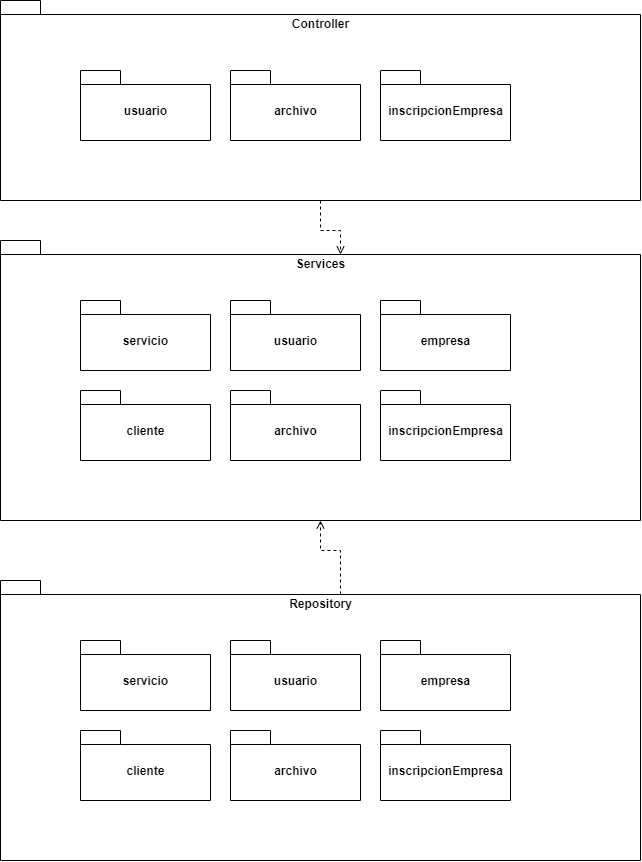
Above: Documentos/RTF1/diagrama_de_paquetes.png in grupoudea/ProyectosArquitecturaDeSoftware (draw.io), before the change. Source tidied: cells renumbered, new cells last; positions are measured from the earlier drawing's top-left corner, leaving out a move shared by most shapes. The source it was exported from:
```xml
<mxGraphModel>
  <root>
    <mxCell id="0" />
    <mxCell id="1" parent="0" />
    <mxCell id="2" style="edgeStyle=orthogonalEdgeStyle;rounded=0;jettySize=auto;html=1;exitX=0;exitY=0;exitDx=340;exitDy=14;exitPerimeter=0;entryX=0.5;entryY=1;entryDx=0;entryDy=0;entryPerimeter=0;dashed=1;endArrow=open;endFill=0;" parent="1" edge="1" source="3" target="4">
      <mxGeometry relative="1" as="geometry" />
    </mxCell>
    <mxCell id="3" value="Repository" style="shape=folder;fontStyle=1;spacingTop=10;tabWidth=40;tabHeight=14;tabPosition=left;html=1;verticalAlign=top;" parent="1" vertex="1">
      <mxGeometry y="580" width="640" height="280" as="geometry" />
    </mxCell>
    <mxCell id="4" value="Services" style="shape=folder;fontStyle=1;spacingTop=10;tabWidth=40;tabHeight=14;tabPosition=left;html=1;verticalAlign=top;" parent="1" vertex="1">
      <mxGeometry y="240" width="640" height="280" as="geometry" />
    </mxCell>
    <mxCell id="5" value="Controller" style="shape=folder;fontStyle=1;spacingTop=10;tabWidth=40;tabHeight=14;tabPosition=left;html=1;verticalAlign=top;" parent="1" vertex="1">
      <mxGeometry width="640" height="200" as="geometry" />
    </mxCell>
    <mxCell id="6" value="usuario" style="shape=folder;fontStyle=1;spacingTop=10;tabWidth=40;tabHeight=14;tabPosition=left;html=1;" parent="1" vertex="1">
      <mxGeometry x="80" y="70" width="130" height="70" as="geometry" />
    </mxCell>
    <mxCell id="7" value="archivo" style="shape=folder;fontStyle=1;spacingTop=10;tabWidth=40;tabHeight=14;tabPosition=left;html=1;" parent="1" vertex="1">
      <mxGeometry x="230" y="70" width="130" height="70" as="geometry" />
    </mxCell>
    <mxCell id="8" value="inscripcionEmpresa" style="shape=folder;fontStyle=1;spacingTop=10;tabWidth=40;tabHeight=14;tabPosition=left;html=1;" parent="1" vertex="1">
      <mxGeometry x="380" y="70" width="130" height="70" as="geometry" />
    </mxCell>
    <mxCell id="9" value="servicio" style="shape=folder;fontStyle=1;spacingTop=10;tabWidth=40;tabHeight=14;tabPosition=left;html=1;" parent="1" vertex="1">
      <mxGeometry x="80" y="300" width="130" height="70" as="geometry" />
    </mxCell>
    <mxCell id="10" value="usuario" style="shape=folder;fontStyle=1;spacingTop=10;tabWidth=40;tabHeight=14;tabPosition=left;html=1;" parent="1" vertex="1">
      <mxGeometry x="230" y="300" width="130" height="70" as="geometry" />
    </mxCell>
    <mxCell id="11" value="empresa" style="shape=folder;fontStyle=1;spacingTop=10;tabWidth=40;tabHeight=14;tabPosition=left;html=1;" parent="1" vertex="1">
      <mxGeometry x="380" y="300" width="130" height="70" as="geometry" />
    </mxCell>
    <mxCell id="12" value="cliente" style="shape=folder;fontStyle=1;spacingTop=10;tabWidth=40;tabHeight=14;tabPosition=left;html=1;" parent="1" vertex="1">
      <mxGeometry x="80" y="390" width="130" height="70" as="geometry" />
    </mxCell>
    <mxCell id="13" value="archivo" style="shape=folder;fontStyle=1;spacingTop=10;tabWidth=40;tabHeight=14;tabPosition=left;html=1;" parent="1" vertex="1">
      <mxGeometry x="230" y="390" width="130" height="70" as="geometry" />
    </mxCell>
    <mxCell id="14" value="inscripcionEmpresa" style="shape=folder;fontStyle=1;spacingTop=10;tabWidth=40;tabHeight=14;tabPosition=left;html=1;" parent="1" vertex="1">
      <mxGeometry x="380" y="390" width="130" height="70" as="geometry" />
    </mxCell>
    <mxCell id="15" value="servicio" style="shape=folder;fontStyle=1;spacingTop=10;tabWidth=40;tabHeight=14;tabPosition=left;html=1;" parent="1" vertex="1">
      <mxGeometry x="80" y="640" width="130" height="70" as="geometry" />
    </mxCell>
    <mxCell id="16" value="usuario" style="shape=folder;fontStyle=1;spacingTop=10;tabWidth=40;tabHeight=14;tabPosition=left;html=1;" parent="1" vertex="1">
      <mxGeometry x="230" y="640" width="130" height="70" as="geometry" />
    </mxCell>
    <mxCell id="17" value="empresa" style="shape=folder;fontStyle=1;spacingTop=10;tabWidth=40;tabHeight=14;tabPosition=left;html=1;" parent="1" vertex="1">
      <mxGeometry x="380" y="640" width="130" height="70" as="geometry" />
    </mxCell>
    <mxCell id="18" value="cliente" style="shape=folder;fontStyle=1;spacingTop=10;tabWidth=40;tabHeight=14;tabPosition=left;html=1;" parent="1" vertex="1">
      <mxGeometry x="80" y="730" width="130" height="70" as="geometry" />
    </mxCell>
    <mxCell id="19" value="archivo" style="shape=folder;fontStyle=1;spacingTop=10;tabWidth=40;tabHeight=14;tabPosition=left;html=1;" parent="1" vertex="1">
      <mxGeometry x="230" y="730" width="130" height="70" as="geometry" />
    </mxCell>
    <mxCell id="20" value="inscripcionEmpresa" style="shape=folder;fontStyle=1;spacingTop=10;tabWidth=40;tabHeight=14;tabPosition=left;html=1;" parent="1" vertex="1">
      <mxGeometry x="380" y="730" width="130" height="70" as="geometry" />
    </mxCell>
    <mxCell id="21" style="edgeStyle=orthogonalEdgeStyle;rounded=0;jettySize=auto;html=1;exitX=0.5;exitY=1;exitDx=0;exitDy=0;exitPerimeter=0;endArrow=open;endFill=0;dashed=1;entryX=0;entryY=0;entryDx=340;entryDy=14;entryPerimeter=0;" parent="1" edge="1" source="5" target="4">
      <mxGeometry relative="1" as="geometry">
        <Array as="points">
          <mxPoint x="320" y="230" />
          <mxPoint x="340" y="230" />
        </Array>
      </mxGeometry>
    </mxCell>
  </root>
</mxGraphModel>
```
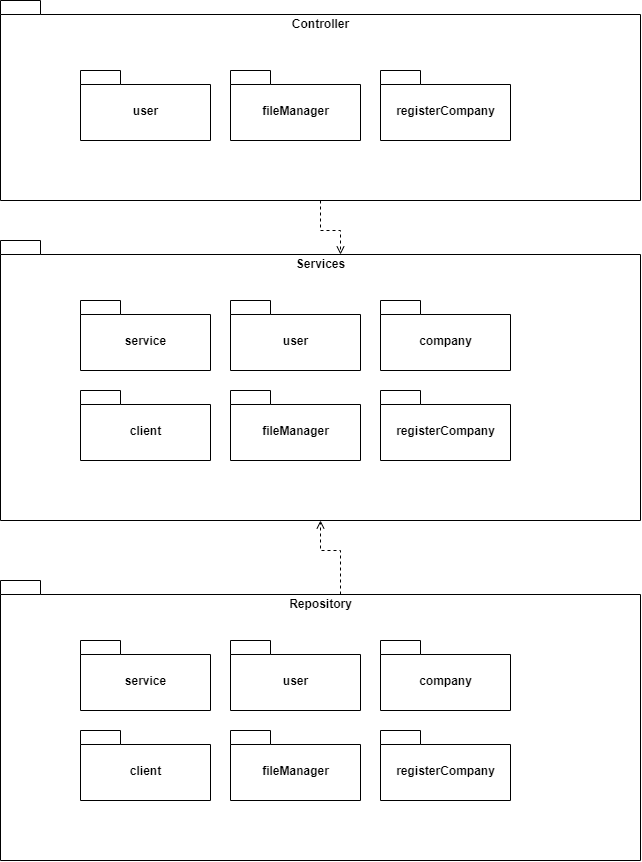
After the commit.

Commit message:
Se agrega diagrama de paquetes, componentes y una ayuda ilustrativa estra: diagrama de alto nivel

Change to the diagram source:
```diff
@@ -14,49 +14,49 @@
     <mxCell id="5" value="Controller" style="shape=folder;fontStyle=1;spacingTop=10;tabWidth=40;tabHeight=14;tabPosition=left;html=1;verticalAlign=top;" parent="1" vertex="1">
       <mxGeometry width="640" height="200" as="geometry" />
     </mxCell>
-    <mxCell id="6" value="usuario" style="shape=folder;fontStyle=1;spacingTop=10;tabWidth=40;tabHeight=14;tabPosition=left;html=1;" parent="1" vertex="1">
+    <mxCell id="6" value="user" style="shape=folder;fontStyle=1;spacingTop=10;tabWidth=40;tabHeight=14;tabPosition=left;html=1;" parent="1" vertex="1">
       <mxGeometry x="80" y="70" width="130" height="70" as="geometry" />
     </mxCell>
-    <mxCell id="7" value="archivo" style="shape=folder;fontStyle=1;spacingTop=10;tabWidth=40;tabHeight=14;tabPosition=left;html=1;" parent="1" vertex="1">
+    <mxCell id="7" value="fileManager" style="shape=folder;fontStyle=1;spacingTop=10;tabWidth=40;tabHeight=14;tabPosition=left;html=1;" parent="1" vertex="1">
       <mxGeometry x="230" y="70" width="130" height="70" as="geometry" />
     </mxCell>
-    <mxCell id="8" value="inscripcionEmpresa" style="shape=folder;fontStyle=1;spacingTop=10;tabWidth=40;tabHeight=14;tabPosition=left;html=1;" parent="1" vertex="1">
+    <mxCell id="8" value="registerCompany" style="shape=folder;fontStyle=1;spacingTop=10;tabWidth=40;tabHeight=14;tabPosition=left;html=1;" parent="1" vertex="1">
       <mxGeometry x="380" y="70" width="130" height="70" as="geometry" />
     </mxCell>
-    <mxCell id="9" value="servicio" style="shape=folder;fontStyle=1;spacingTop=10;tabWidth=40;tabHeight=14;tabPosition=left;html=1;" parent="1" vertex="1">
+    <mxCell id="9" value="service" style="shape=folder;fontStyle=1;spacingTop=10;tabWidth=40;tabHeight=14;tabPosition=left;html=1;" parent="1" vertex="1">
       <mxGeometry x="80" y="300" width="130" height="70" as="geometry" />
     </mxCell>
-    <mxCell id="10" value="usuario" style="shape=folder;fontStyle=1;spacingTop=10;tabWidth=40;tabHeight=14;tabPosition=left;html=1;" parent="1" vertex="1">
+    <mxCell id="10" value="user" style="shape=folder;fontStyle=1;spacingTop=10;tabWidth=40;tabHeight=14;tabPosition=left;html=1;" parent="1" vertex="1">
       <mxGeometry x="230" y="300" width="130" height="70" as="geometry" />
     </mxCell>
-    <mxCell id="11" value="empresa" style="shape=folder;fontStyle=1;spacingTop=10;tabWidth=40;tabHeight=14;tabPosition=left;html=1;" parent="1" vertex="1">
+    <mxCell id="11" value="company" style="shape=folder;fontStyle=1;spacingTop=10;tabWidth=40;tabHeight=14;tabPosition=left;html=1;" parent="1" vertex="1">
       <mxGeometry x="380" y="300" width="130" height="70" as="geometry" />
     </mxCell>
-    <mxCell id="12" value="cliente" style="shape=folder;fontStyle=1;spacingTop=10;tabWidth=40;tabHeight=14;tabPosition=left;html=1;" parent="1" vertex="1">
+    <mxCell id="12" value="client" style="shape=folder;fontStyle=1;spacingTop=10;tabWidth=40;tabHeight=14;tabPosition=left;html=1;" parent="1" vertex="1">
       <mxGeometry x="80" y="390" width="130" height="70" as="geometry" />
     </mxCell>
-    <mxCell id="13" value="archivo" style="shape=folder;fontStyle=1;spacingTop=10;tabWidth=40;tabHeight=14;tabPosition=left;html=1;" parent="1" vertex="1">
+    <mxCell id="13" value="fileManager" style="shape=folder;fontStyle=1;spacingTop=10;tabWidth=40;tabHeight=14;tabPosition=left;html=1;" parent="1" vertex="1">
       <mxGeometry x="230" y="390" width="130" height="70" as="geometry" />
     </mxCell>
-    <mxCell id="14" value="inscripcionEmpresa" style="shape=folder;fontStyle=1;spacingTop=10;tabWidth=40;tabHeight=14;tabPosition=left;html=1;" parent="1" vertex="1">
+    <mxCell id="14" value="registerCompany" style="shape=folder;fontStyle=1;spacingTop=10;tabWidth=40;tabHeight=14;tabPosition=left;html=1;" parent="1" vertex="1">
       <mxGeometry x="380" y="390" width="130" height="70" as="geometry" />
     </mxCell>
-    <mxCell id="15" value="servicio" style="shape=folder;fontStyle=1;spacingTop=10;tabWidth=40;tabHeight=14;tabPosition=left;html=1;" parent="1" vertex="1">
+    <mxCell id="15" value="service" style="shape=folder;fontStyle=1;spacingTop=10;tabWidth=40;tabHeight=14;tabPosition=left;html=1;" parent="1" vertex="1">
       <mxGeometry x="80" y="640" width="130" height="70" as="geometry" />
     </mxCell>
-    <mxCell id="16" value="usuario" style="shape=folder;fontStyle=1;spacingTop=10;tabWidth=40;tabHeight=14;tabPosition=left;html=1;" parent="1" vertex="1">
+    <mxCell id="16" value="user" style="shape=folder;fontStyle=1;spacingTop=10;tabWidth=40;tabHeight=14;tabPosition=left;html=1;" parent="1" vertex="1">
       <mxGeometry x="230" y="640" width="130" height="70" as="geometry" />
     </mxCell>
-    <mxCell id="17" value="empresa" style="shape=folder;fontStyle=1;spacingTop=10;tabWidth=40;tabHeight=14;tabPosition=left;html=1;" parent="1" vertex="1">
+    <mxCell id="17" value="company" style="shape=folder;fontStyle=1;spacingTop=10;tabWidth=40;tabHeight=14;tabPosition=left;html=1;" parent="1" vertex="1">
       <mxGeometry x="380" y="640" width="130" height="70" as="geometry" />
     </mxCell>
-    <mxCell id="18" value="cliente" style="shape=folder;fontStyle=1;spacingTop=10;tabWidth=40;tabHeight=14;tabPosition=left;html=1;" parent="1" vertex="1">
+    <mxCell id="18" value="client" style="shape=folder;fontStyle=1;spacingTop=10;tabWidth=40;tabHeight=14;tabPosition=left;html=1;" parent="1" vertex="1">
       <mxGeometry x="80" y="730" width="130" height="70" as="geometry" />
     </mxCell>
-    <mxCell id="19" value="archivo" style="shape=folder;fontStyle=1;spacingTop=10;tabWidth=40;tabHeight=14;tabPosition=left;html=1;" parent="1" vertex="1">
+    <mxCell id="19" value="fileManager" style="shape=folder;fontStyle=1;spacingTop=10;tabWidth=40;tabHeight=14;tabPosition=left;html=1;" parent="1" vertex="1">
       <mxGeometry x="230" y="730" width="130" height="70" as="geometry" />
     </mxCell>
-    <mxCell id="20" value="inscripcionEmpresa" style="shape=folder;fontStyle=1;spacingTop=10;tabWidth=40;tabHeight=14;tabPosition=left;html=1;" parent="1" vertex="1">
+    <mxCell id="20" value="registerCompany" style="shape=folder;fontStyle=1;spacingTop=10;tabWidth=40;tabHeight=14;tabPosition=left;html=1;" parent="1" vertex="1">
       <mxGeometry x="380" y="730" width="130" height="70" as="geometry" />
     </mxCell>
     <mxCell id="21" style="edgeStyle=orthogonalEdgeStyle;rounded=0;jettySize=auto;html=1;exitX=0.5;exitY=1;exitDx=0;exitDy=0;exitPerimeter=0;endArrow=open;endFill=0;dashed=1;entryX=0;entryY=0;entryDx=340;entryDy=14;entryPerimeter=0;" parent="1" edge="1" source="5" target="4">
```
